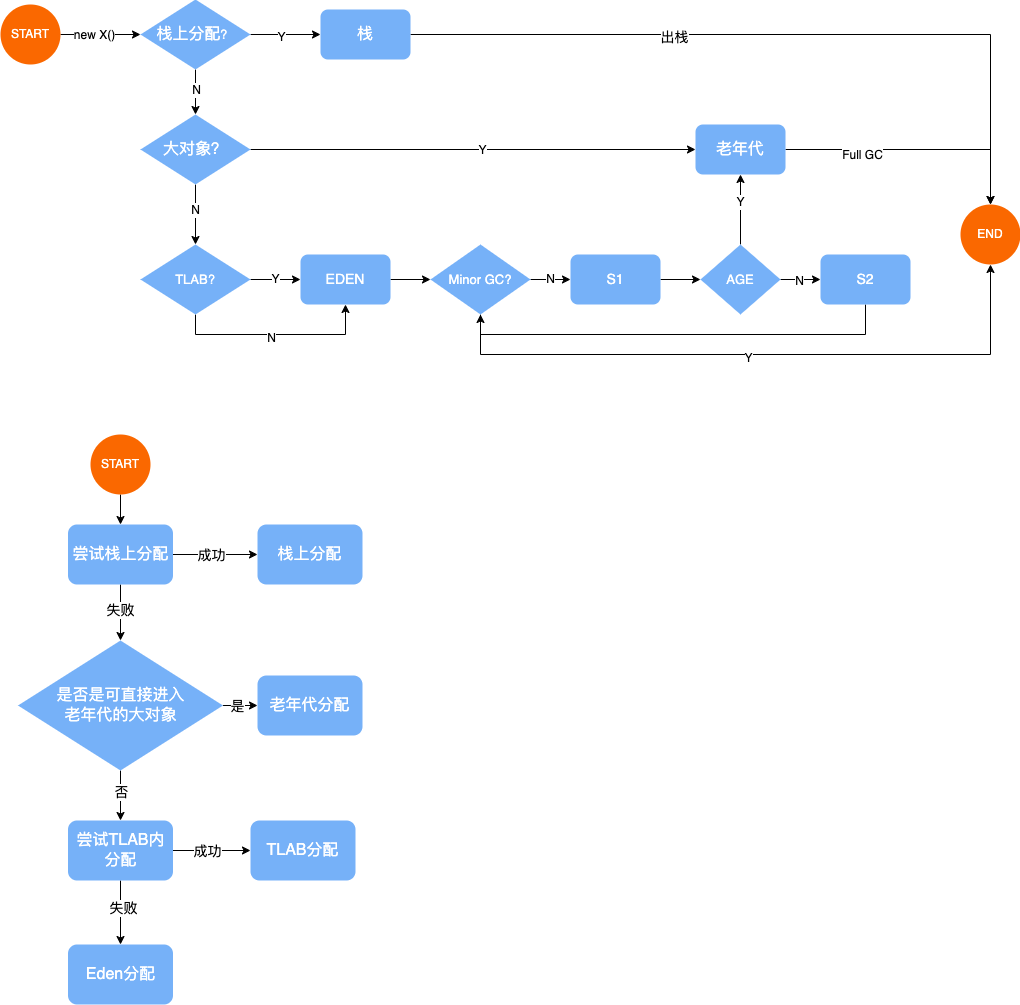
This is java/jvm/JVM - 内存分配流程图.drawio.png from lihongyiyi/tech-visuals, a draw.io export, as it was before one commit. Source tidied: cells renumbered, new cells last; positions are measured from the earlier drawing's top-left corner, leaving out a move shared by most shapes.
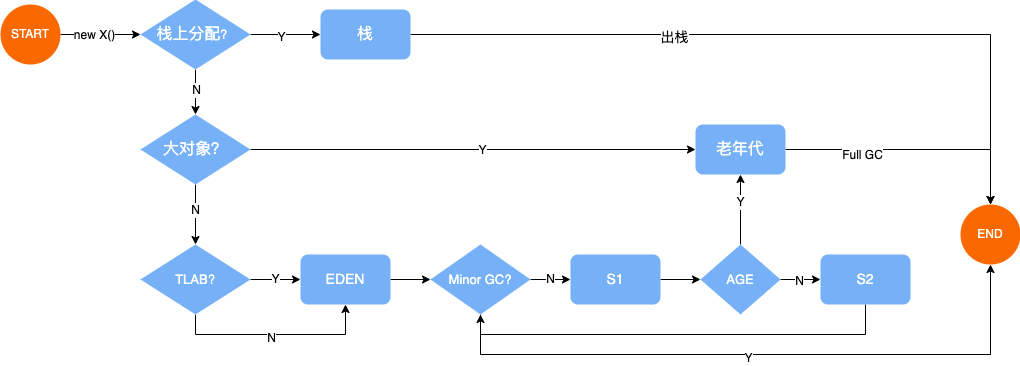
After the change.

Commit message:
更新JVM - 内存分配流程图.drawio.png

Diff of the diagram source:
```diff
@@ -151,74 +151,5 @@
     <mxCell id="40" value="&lt;font color=&quot;#ffffff&quot;&gt;END&lt;/font&gt;" style="strokeWidth=2;html=1;shape=mxgraph.flowchart.start_2;whiteSpace=wrap;fillColor=#fa6800;strokeColor=none;shadow=0;fontColor=#000000;" parent="1" vertex="1">
       <mxGeometry x="960" y="205" width="60" height="60" as="geometry" />
     </mxCell>
-    <mxCell id="41" style="edgeStyle=orthogonalEdgeStyle;rounded=0;jettySize=auto;html=1;" parent="1" edge="1" source="42" target="47">
-      <mxGeometry relative="1" as="geometry" />
-    </mxCell>
-    <mxCell id="42" value="&lt;font color=&quot;#ffffff&quot;&gt;START&lt;/font&gt;" style="strokeWidth=2;html=1;shape=mxgraph.flowchart.start_2;whiteSpace=wrap;fillColor=#fa6800;strokeColor=none;shadow=0;fontColor=#000000;" parent="1" vertex="1">
-      <mxGeometry x="90" y="435" width="60" height="60" as="geometry" />
-    </mxCell>
-    <mxCell id="43" style="edgeStyle=orthogonalEdgeStyle;rounded=0;jettySize=auto;html=1;" parent="1" edge="1" source="47" target="59">
-      <mxGeometry relative="1" as="geometry" />
-    </mxCell>
-    <mxCell id="44" value="&lt;font style=&quot;font-size: 14px;&quot;&gt;成功&lt;/font&gt;" style="edgeLabel;html=1;align=center;verticalAlign=middle;" parent="43" vertex="1">
-      <mxGeometry x="-0.26" y="-3" relative="1" as="geometry">
-        <mxPoint x="7" y="-3" as="offset" />
-      </mxGeometry>
-    </mxCell>
-    <mxCell id="45" style="edgeStyle=orthogonalEdgeStyle;rounded=0;jettySize=auto;html=1;entryX=0.5;entryY=0;entryDx=0;entryDy=0;" parent="1" edge="1" source="47" target="52">
-      <mxGeometry relative="1" as="geometry" />
-    </mxCell>
-    <mxCell id="46" value="&lt;font style=&quot;font-size: 14px;&quot;&gt;失败&lt;/font&gt;" style="edgeLabel;html=1;align=center;verticalAlign=middle;" parent="45" vertex="1">
-      <mxGeometry x="-0.23" y="-4" relative="1" as="geometry">
-        <mxPoint x="3" y="4" as="offset" />
-      </mxGeometry>
-    </mxCell>
-    <mxCell id="47" value="&lt;font color=&quot;#ffffff&quot;&gt;&lt;span style=&quot;font-size: 16px;&quot;&gt;尝试栈上分配&lt;/span&gt;&lt;/font&gt;" style="rounded=1;whiteSpace=wrap;html=1;fillColor=#76b1f8;strokeColor=none;" parent="1" vertex="1">
-      <mxGeometry x="67.5" y="525" width="105" height="60" as="geometry" />
-    </mxCell>
-    <mxCell id="48" style="edgeStyle=orthogonalEdgeStyle;rounded=0;jettySize=auto;html=1;" parent="1" edge="1" source="52" target="57">
-      <mxGeometry relative="1" as="geometry" />
-    </mxCell>
-    <mxCell id="49" value="&lt;font style=&quot;font-size: 14px;&quot;&gt;否&lt;/font&gt;" style="edgeLabel;html=1;align=center;verticalAlign=middle;" parent="48" vertex="1">
-      <mxGeometry x="-0.15" relative="1" as="geometry" />
-    </mxCell>
-    <mxCell id="50" style="edgeStyle=orthogonalEdgeStyle;rounded=0;jettySize=auto;html=1;" parent="1" edge="1" source="52" target="60">
-      <mxGeometry relative="1" as="geometry" />
-    </mxCell>
-    <mxCell id="51" value="&lt;font style=&quot;font-size: 14px;&quot;&gt;是&lt;/font&gt;" style="edgeLabel;html=1;align=center;verticalAlign=middle;" parent="50" vertex="1">
-      <mxGeometry x="0.1" relative="1" as="geometry" />
-    </mxCell>
-    <mxCell id="52" value="&lt;font style=&quot;font-size: 16px;&quot; color=&quot;#ffffff&quot;&gt;&lt;span style=&quot;&quot;&gt;是否是可直接进入&lt;br&gt;老年代的大对象&lt;/span&gt;&lt;/font&gt;" style="rhombus;whiteSpace=wrap;html=1;fillColor=#76b1f8;strokeColor=none;" parent="1" vertex="1">
-      <mxGeometry x="17.5" y="641" width="205" height="130" as="geometry" />
-    </mxCell>
-    <mxCell id="53" style="edgeStyle=orthogonalEdgeStyle;rounded=0;jettySize=auto;html=1;" parent="1" edge="1" source="57" target="61">
-      <mxGeometry relative="1" as="geometry" />
-    </mxCell>
-    <mxCell id="54" value="&lt;font style=&quot;font-size: 14px;&quot;&gt;成功&lt;/font&gt;" style="edgeLabel;html=1;align=center;verticalAlign=middle;" parent="53" vertex="1">
-      <mxGeometry x="-0.14" y="-5" relative="1" as="geometry">
-        <mxPoint y="-5" as="offset" />
-      </mxGeometry>
-    </mxCell>
-    <mxCell id="55" style="edgeStyle=orthogonalEdgeStyle;rounded=0;jettySize=auto;html=1;" parent="1" edge="1" source="57" target="58">
-      <mxGeometry relative="1" as="geometry" />
-    </mxCell>
-    <mxCell id="56" value="&lt;font style=&quot;font-size: 14px;&quot;&gt;失败&lt;/font&gt;" style="edgeLabel;html=1;align=center;verticalAlign=middle;" parent="55" vertex="1">
-      <mxGeometry x="-0.15" y="2" relative="1" as="geometry" />
-    </mxCell>
-    <mxCell id="57" value="&lt;font color=&quot;#ffffff&quot;&gt;&lt;span style=&quot;font-size: 16px;&quot;&gt;尝试TLAB内分配&lt;/span&gt;&lt;/font&gt;" style="rounded=1;whiteSpace=wrap;html=1;fillColor=#76b1f8;strokeColor=none;" parent="1" vertex="1">
-      <mxGeometry x="67.5" y="821" width="105" height="60" as="geometry" />
-    </mxCell>
-    <mxCell id="58" value="&lt;font color=&quot;#ffffff&quot;&gt;&lt;span style=&quot;font-size: 16px;&quot;&gt;Eden分配&lt;/span&gt;&lt;/font&gt;" style="rounded=1;whiteSpace=wrap;html=1;fillColor=#76b1f8;strokeColor=none;" parent="1" vertex="1">
-      <mxGeometry x="67.5" y="945" width="105" height="60" as="geometry" />
-    </mxCell>
-    <mxCell id="59" value="&lt;font color=&quot;#ffffff&quot;&gt;&lt;span style=&quot;font-size: 16px;&quot;&gt;栈上分配&lt;/span&gt;&lt;/font&gt;" style="rounded=1;whiteSpace=wrap;html=1;fillColor=#76b1f8;strokeColor=none;" parent="1" vertex="1">
-      <mxGeometry x="257" y="525" width="105" height="60" as="geometry" />
-    </mxCell>
-    <mxCell id="60" value="&lt;font color=&quot;#ffffff&quot;&gt;&lt;span style=&quot;font-size: 16px;&quot;&gt;老年代分配&lt;/span&gt;&lt;/font&gt;" style="rounded=1;whiteSpace=wrap;html=1;fillColor=#76b1f8;strokeColor=none;" parent="1" vertex="1">
-      <mxGeometry x="257" y="676" width="105" height="60" as="geometry" />
-    </mxCell>
-    <mxCell id="61" value="&lt;font color=&quot;#ffffff&quot;&gt;&lt;span style=&quot;font-size: 16px;&quot;&gt;TLAB分配&lt;/span&gt;&lt;/font&gt;" style="rounded=1;whiteSpace=wrap;html=1;fillColor=#76b1f8;strokeColor=none;" parent="1" vertex="1">
-      <mxGeometry x="250" y="821" width="105" height="60" as="geometry" />
-    </mxCell>
   </root>
 </mxGraphModel>
```
